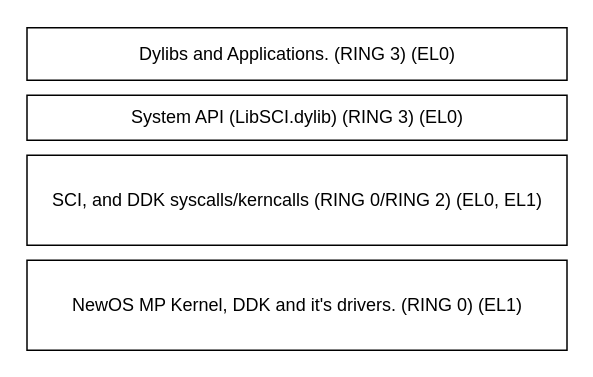
This is doc/OS_DESIGN.drawio from nekernel-org/nekernel, a draw.io file, before an edit. Source tidied: cells renumbered, new cells numbered last; positions are measured from the earlier drawing's top-left corner, leaving out a move shared by most shapes. Both pictures are drawn from the tidied source at 150%, with x=0, y=0 at pixel (27, 27).
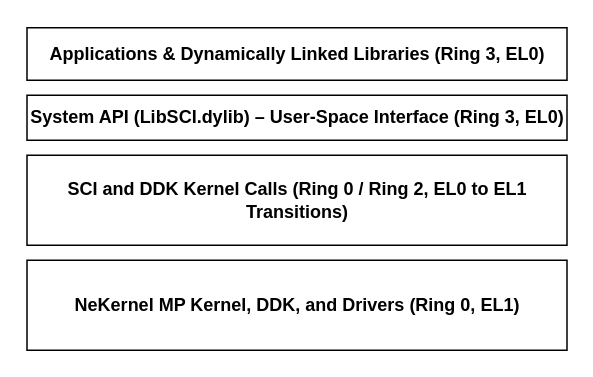
After the change.

Commit message:
Design: Fix grammar issues.

Diff of the diagram source:
```diff
@@
 <mxGraphModel>
   <root>
     <mxCell id="0" />
     <mxCell id="1" parent="0" />
-    <mxCell id="2" value="System API (LibSCI.dylib) (RING 3) (EL0)" style="rounded=0;whiteSpace=wrap;html=1;" parent="1" vertex="1">
+    <mxCell id="2" value="&lt;p class=&quot;p1&quot;&gt;&lt;b&gt;System API (LibSCI.dylib) – User-Space Interface (Ring 3, EL0)&lt;/b&gt;&lt;/p&gt;" style="rounded=0;whiteSpace=wrap;html=1;" parent="1" vertex="1">
       <mxGeometry x="-0.5" y="45" width="360" height="30" as="geometry" />
     </mxCell>
-    <mxCell id="3" value="Dylibs and Applications. (RING 3) (EL0)" style="rounded=0;whiteSpace=wrap;html=1;" parent="1" vertex="1">
+    <mxCell id="3" value="&lt;p class=&quot;p1&quot;&gt;&lt;b&gt;Applications &amp;amp; Dynamically Linked Libraries (Ring 3, EL0)&lt;/b&gt;&lt;/p&gt;" style="rounded=0;whiteSpace=wrap;html=1;" parent="1" vertex="1">
       <mxGeometry x="-0.5" width="360" height="35" as="geometry" />
     </mxCell>
-    <mxCell id="4" value="NewOS MP Kernel, DDK and it's drivers. (RING 0) (EL1)" style="rounded=0;whiteSpace=wrap;html=1;" parent="1" vertex="1">
+    <mxCell id="4" value="&lt;p class=&quot;p1&quot;&gt;&lt;b&gt;NeKernel MP Kernel, DDK, and Drivers (Ring 0, EL1)&lt;/b&gt;&lt;/p&gt;" style="rounded=0;whiteSpace=wrap;html=1;" parent="1" vertex="1">
       <mxGeometry x="-0.5" y="155" width="360" height="60" as="geometry" />
     </mxCell>
-    <mxCell id="5" value="SCI, and DDK syscalls/kerncalls (RING 0/RING 2) (EL0, EL1)" style="rounded=0;whiteSpace=wrap;html=1;" parent="1" vertex="1">
+    <mxCell id="5" value="&lt;p class=&quot;p1&quot;&gt;&lt;b&gt;SCI and DDK Kernel Calls (Ring 0 / Ring 2, EL0 to EL1 Transitions)&lt;/b&gt;&lt;/p&gt;" style="rounded=0;whiteSpace=wrap;html=1;" parent="1" vertex="1">
       <mxGeometry x="-0.5" y="85" width="360" height="60" as="geometry" />
     </mxCell>
   </root>
 </mxGraphModel>
```
